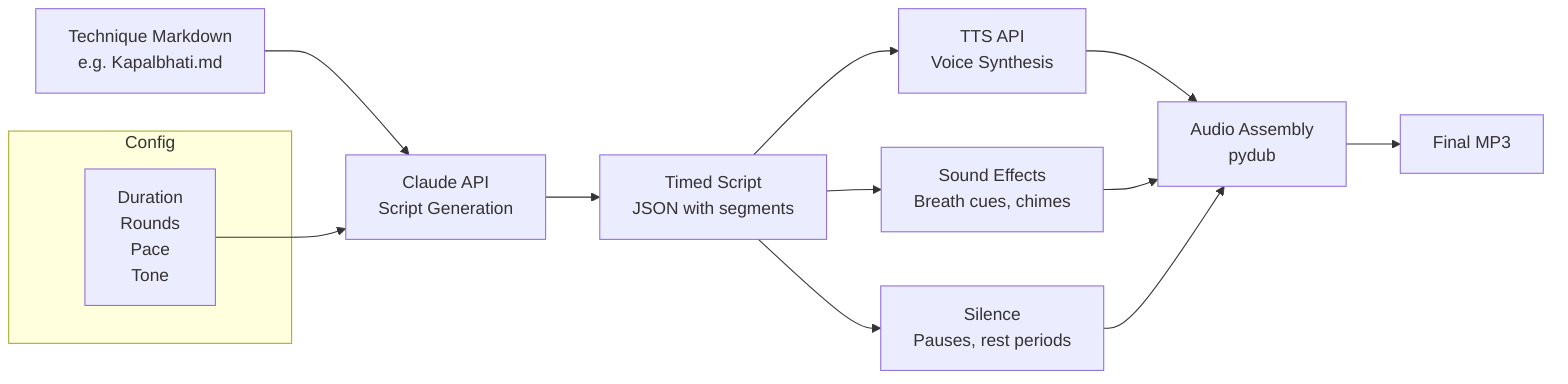
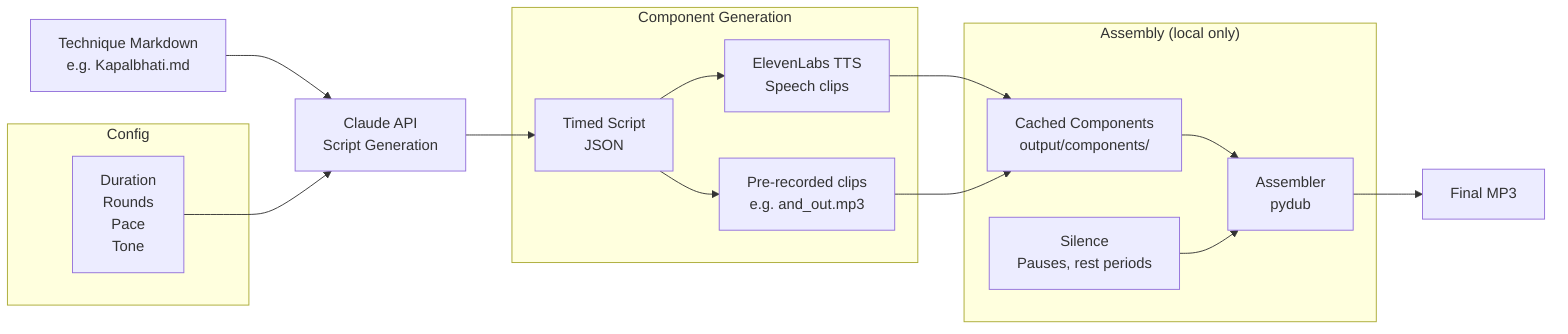
graph LR
    A["Technique Markdown<br/>e.g. Kapalbhati.md"] --> B["Claude API<br/>Script Generation"]
-     B --> C["Timed Script<br/>JSON with segments"]
-     C --> D["TTS API<br/>Voice Synthesis"]
-     C --> E["Sound Effects<br/>Breath cues, chimes"]
-     C --> F["Silence<br/>Pauses, rest periods"]
-     D --> G["Audio Assembly<br/>pydub"]
-     E --> G
-     F --> G
-     G --> H[Final MP3]
+     B --> C["Timed Script<br/>JSON"]

    subgraph Config
        I["Duration<br/>Rounds<br/>Pace<br/>Tone"]
    end
+     I --> B

-     I --> B+     subgraph "Component Generation"
+         C --> D["ElevenLabs TTS<br/>Speech clips"]
+         C --> E["Pre-recorded clips<br/>e.g. and_out.mp3"]
+     end
+ 
+     subgraph "Assembly (local only)"
+         D --> F["Cached Components<br/>output/components/"]
+         E --> F
+         F --> G["Assembler<br/>pydub"]
+         H["Silence<br/>Pauses, rest periods"] --> G
+     end
+ 
+     G --> J["Final MP3"]
